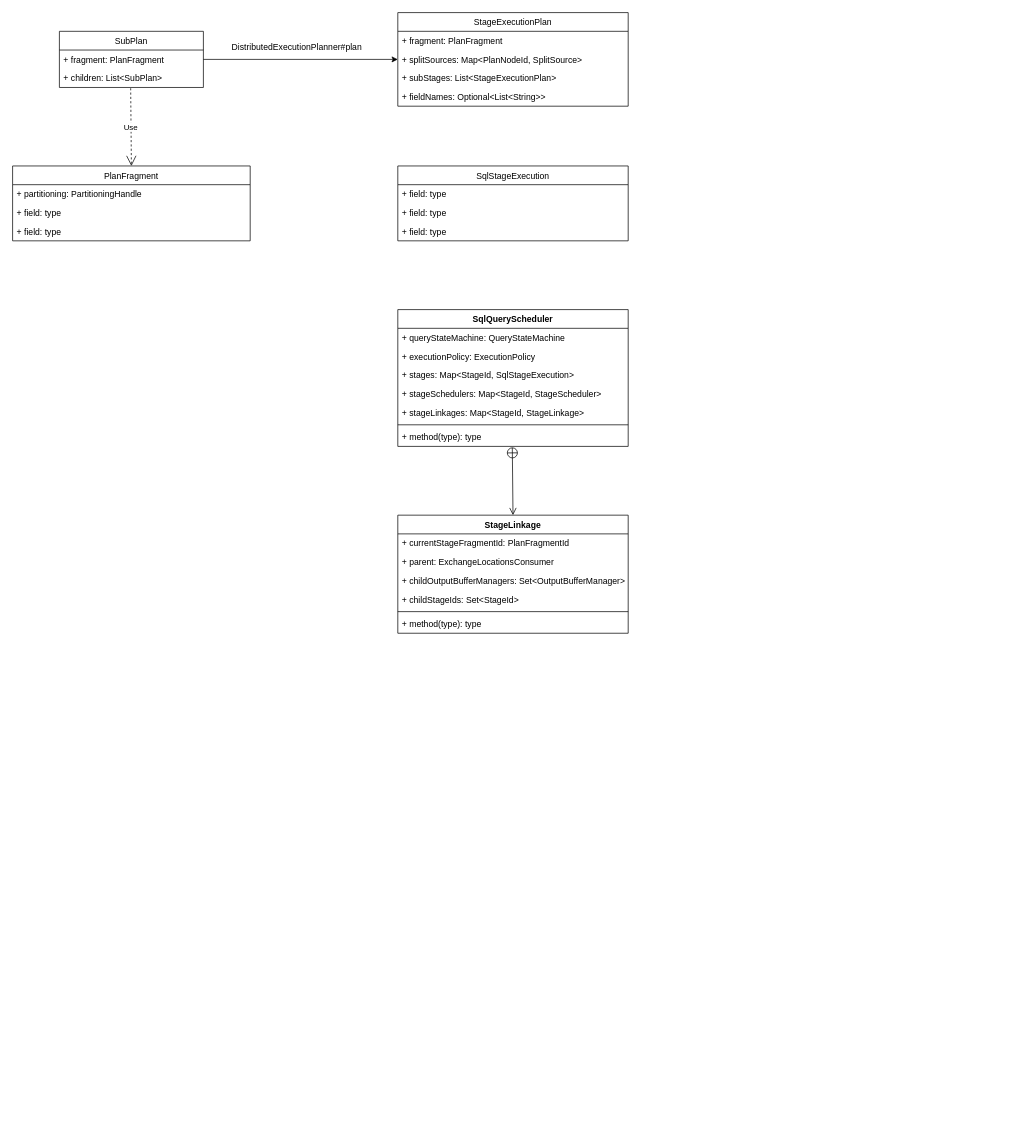
Earlier version of the draw.io diagram presto-scheduler.drawio (chuanjian666/drawio). Source tidied: cells renumbered, new cells numbered last; positions are measured from the earlier drawing's top-left corner, leaving out a move shared by most shapes. Both pictures are drawn from the tidied source at 72%, with x=0, y=0 at pixel (12, 12).
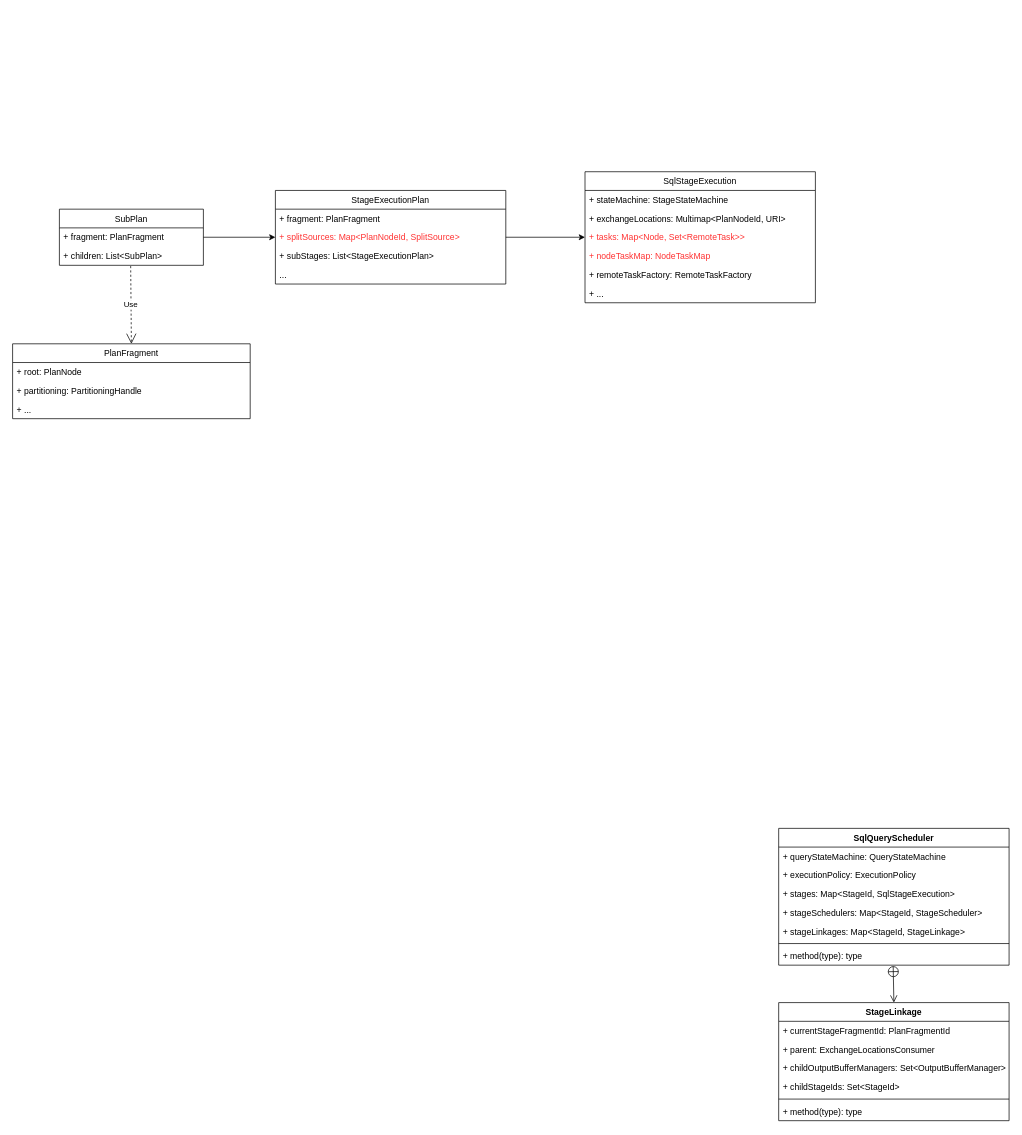
After the change.

Diff of the diagram source:
```diff
@@
     <mxCell id="2" value="SubPlan" style="swimlane;fontStyle=0;horizontal=1;startSize=26;fillColor=none;" parent="1" vertex="1">
-      <mxGeometry x="65" y="26" width="200" height="78" as="geometry" />
+      <mxGeometry x="65" y="273" width="200" height="78" as="geometry" />
     </mxCell>
@@
     <mxCell id="5" value="StageExecutionPlan" style="swimlane;fontStyle=0;horizontal=1;startSize=26;fillColor=none;" parent="1" vertex="1">
-      <mxGeometry x="535" width="320" height="130" as="geometry" />
+      <mxGeometry x="365" y="247" width="320" height="130" as="geometry" />
     </mxCell>
@@
-    <mxCell id="7" value="+ splitSources: Map&lt;PlanNodeId, SplitSource&gt;" style="text;strokeColor=none;fillColor=none;align=left;verticalAlign=top;spacingLeft=4;spacingRight=4;overflow=hidden;points=[[0,0.5],[1,0.5]];portConstraint=eastwest;" parent="5" vertex="1">
+    <mxCell id="7" value="+ splitSources: Map&lt;PlanNodeId, SplitSource&gt;" style="text;strokeColor=none;fillColor=none;align=left;verticalAlign=top;spacingLeft=4;spacingRight=4;overflow=hidden;points=[[0,0.5],[1,0.5]];portConstraint=eastwest;fontColor=#FF3333;" parent="5" vertex="1">
       <mxGeometry y="52" width="320" height="26" as="geometry" />
     </mxCell>
@@
-    <mxCell id="9" value="+ fieldNames: Optional&lt;List&lt;String&gt;&gt;&#10;&#10;&#10;" style="text;strokeColor=none;fillColor=none;align=left;verticalAlign=top;spacingLeft=4;spacingRight=4;overflow=hidden;" parent="5" vertex="1">
+    <mxCell id="9" value="..." style="text;strokeColor=none;fillColor=none;align=left;verticalAlign=top;spacingLeft=4;spacingRight=4;overflow=hidden;" parent="5" vertex="1">
       <mxGeometry y="104" width="320" height="26" as="geometry" />
     </mxCell>
@@
-    <mxCell id="11" value="DistributedExecutionPlanner#plan" style="text;html=1;strokeColor=none;fillColor=none;align=center;verticalAlign=middle;whiteSpace=wrap;rounded=0;" parent="1" vertex="1">
-      <mxGeometry x="255" y="39" width="280" height="20" as="geometry" />
-    </mxCell>
     <mxCell id="12" value="PlanFragment" style="swimlane;fontStyle=0;horizontal=1;startSize=26;fillColor=none;" parent="1" vertex="1">
-      <mxGeometry y="213" width="330" height="104" as="geometry" />
+      <mxGeometry y="460" width="330" height="104" as="geometry" />
     </mxCell>
-    <mxCell id="13" value="+ partitioning: PartitioningHandle" style="text;strokeColor=none;fillColor=none;align=left;verticalAlign=top;spacingLeft=4;spacingRight=4;overflow=hidden;" parent="12" vertex="1">
+    <mxCell id="13" value="+ root: PlanNode" style="text;strokeColor=none;fillColor=none;align=left;verticalAlign=top;spacingLeft=4;spacingRight=4;overflow=hidden;" parent="12" vertex="1">
       <mxGeometry y="26" width="330" height="26" as="geometry" />
     </mxCell>
-    <mxCell id="14" value="+ field: type" style="text;strokeColor=none;fillColor=none;align=left;verticalAlign=top;spacingLeft=4;spacingRight=4;overflow=hidden;" parent="12" vertex="1">
+    <mxCell id="14" value="+ partitioning: PartitioningHandle" style="text;strokeColor=none;fillColor=none;align=left;verticalAlign=top;spacingLeft=4;spacingRight=4;overflow=hidden;" parent="12" vertex="1">
       <mxGeometry y="52" width="330" height="26" as="geometry" />
     </mxCell>
-    <mxCell id="15" value="+ field: type" style="text;strokeColor=none;fillColor=none;align=left;verticalAlign=top;spacingLeft=4;spacingRight=4;overflow=hidden;" parent="12" vertex="1">
+    <mxCell id="15" value="+ ..." style="text;strokeColor=none;fillColor=none;align=left;verticalAlign=top;spacingLeft=4;spacingRight=4;overflow=hidden;" parent="12" vertex="1">
       <mxGeometry y="78" width="330" height="26" as="geometry" />
     </mxCell>
@@
     <mxCell id="17" value="SqlQueryScheduler" style="swimlane;fontStyle=1;align=center;verticalAlign=top;horizontal=1;startSize=26;" parent="1" vertex="1">
-      <mxGeometry x="535" y="412.5" width="320" height="190" as="geometry" />
+      <mxGeometry x="1064" y="1133" width="320" height="190" as="geometry" />
     </mxCell>
@@
     <mxCell id="25" value="SqlStageExecution" style="swimlane;fontStyle=0;horizontal=1;startSize=26;fillColor=none;" parent="1" vertex="1">
-      <mxGeometry x="535" y="213" width="320" height="104" as="geometry" />
+      <mxGeometry x="795" y="221" width="320" height="182" as="geometry" />
     </mxCell>
-    <mxCell id="26" value="+ field: type" style="text;strokeColor=none;fillColor=none;align=left;verticalAlign=top;spacingLeft=4;spacingRight=4;overflow=hidden;" parent="25" vertex="1">
+    <mxCell id="26" value="+ stateMachine: StageStateMachine" style="text;strokeColor=none;fillColor=none;align=left;verticalAlign=top;spacingLeft=4;spacingRight=4;overflow=hidden;" parent="25" vertex="1">
       <mxGeometry y="26" width="320" height="26" as="geometry" />
     </mxCell>
+    <mxCell id="37" value="+ exchangeLocations: Multimap&lt;PlanNodeId, URI&gt;&#10;" style="text;strokeColor=none;fillColor=none;align=left;verticalAlign=top;spacingLeft=4;spacingRight=4;overflow=hidden;" parent="25" vertex="1">
+      <mxGeometry y="52" width="320" height="26" as="geometry" />
+    </mxCell>
+    <mxCell id="38" value="+ tasks: Map&lt;Node, Set&lt;RemoteTask&gt;&gt;&#10;" style="text;strokeColor=none;fillColor=none;align=left;verticalAlign=top;spacingLeft=4;spacingRight=4;overflow=hidden;points=[[0,0.5],[1,0.5]];portConstraint=eastwest;fontColor=#FF3333;" parent="25" vertex="1">
+      <mxGeometry y="78" width="320" height="26" as="geometry" />
+    </mxCell>
+    <mxCell id="28" value="+ nodeTaskMap: NodeTaskMap&#10;" style="text;strokeColor=none;fillColor=none;align=left;verticalAlign=top;spacingLeft=4;spacingRight=4;overflow=hidden;fontColor=#FF3333;" parent="25" vertex="1">
+      <mxGeometry y="104" width="320" height="26" as="geometry" />
+    </mxCell>
-    <mxCell id="27" value="+ field: type" style="text;strokeColor=none;fillColor=none;align=left;verticalAlign=top;spacingLeft=4;spacingRight=4;overflow=hidden;" parent="25" vertex="1">
-      <mxGeometry y="52" width="320" height="26" as="geometry" />
+    <mxCell id="27" value="+ remoteTaskFactory: RemoteTaskFactory&#10; " style="text;strokeColor=none;fillColor=none;align=left;verticalAlign=top;spacingLeft=4;spacingRight=4;overflow=hidden;" parent="25" vertex="1">
+      <mxGeometry y="130" width="320" height="26" as="geometry" />
     </mxCell>
-    <mxCell id="28" value="+ field: type" style="text;strokeColor=none;fillColor=none;align=left;verticalAlign=top;spacingLeft=4;spacingRight=4;overflow=hidden;" parent="25" vertex="1">
-      <mxGeometry y="78" width="320" height="26" as="geometry" />
-    </mxCell>
+    <mxCell id="39" value="+ ...&#10;" style="text;strokeColor=none;fillColor=none;align=left;verticalAlign=top;spacingLeft=4;spacingRight=4;overflow=hidden;" parent="25" vertex="1">
+      <mxGeometry y="156" width="320" height="26" as="geometry" />
+    </mxCell>
     <mxCell id="29" value="StageLinkage" style="swimlane;fontStyle=1;align=center;verticalAlign=top;horizontal=1;startSize=26;" parent="1" vertex="1">
-      <mxGeometry x="535" y="698" width="320" height="164" as="geometry" />
+      <mxGeometry x="1064" y="1375" width="320" height="164" as="geometry" />
     </mxCell>
@@
+    <mxCell id="40" style="edgeStyle=orthogonalEdgeStyle;rounded=0;jettySize=auto;html=1;exitX=1;exitY=0.5;exitDx=0;exitDy=0;entryX=0;entryY=0.5;entryDx=0;entryDy=0;" parent="1" edge="1" source="7" target="38">
+      <mxGeometry relative="1" as="geometry" />
+    </mxCell>
```
